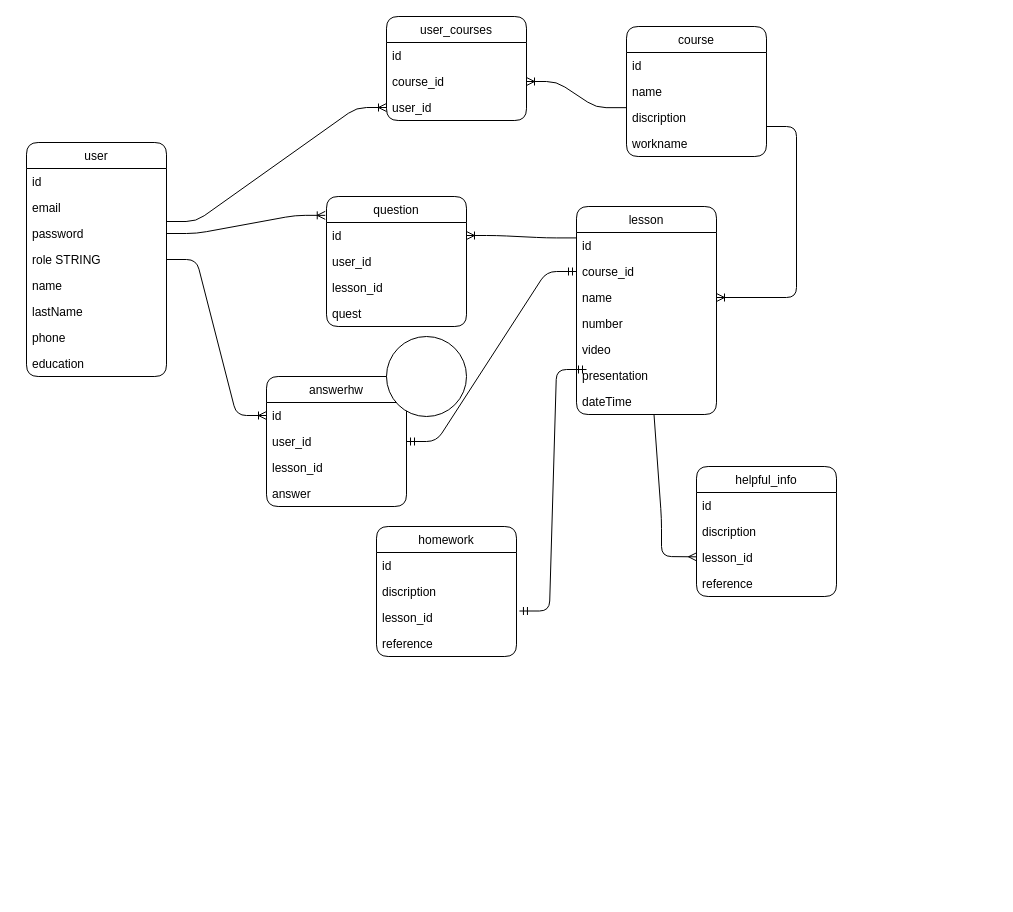
blumkvist1/NewSoftTwo keeps this draw.io diagram as База данных.drawio. Above is the earlier version. Source tidied: cells renumbered, new cells numbered last; positions are measured from the earlier drawing's top-left corner, leaving out a move shared by most shapes. Both pictures are drawn from the tidied source at 100%, with x=0, y=0 at pixel (26, 16).
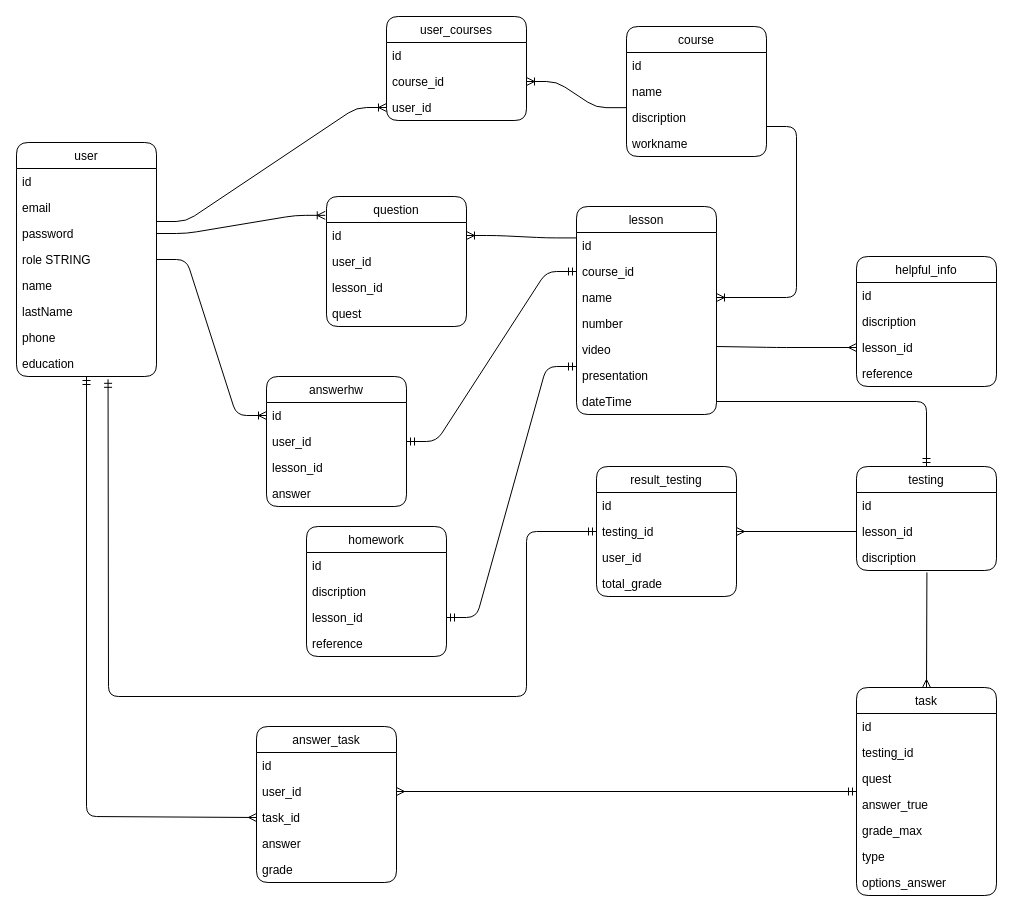
The same page after the edit.

Commit message (it also covers changes not shown here):
add new tables on model db

The change refers to these unchanged cells:
```xml
<mxCell id="14" value="education" style="text;strokeColor=none;fillColor=none;align=left;verticalAlign=top;spacingLeft=4;spacingRight=4;overflow=hidden;points=[[0,0.5],[1,0.5]];portConstraint=eastwest;rounded=1;" parent="6" vertex="1">
  <mxGeometry y="208" width="140" height="26" as="geometry" />
</mxCell>
<mxCell id="21" value="lesson" style="swimlane;fontStyle=0;horizontal=1;startSize=26;fillColor=none;rounded=1;" parent="1" vertex="1">
  <mxGeometry x="550" y="190" width="140" height="208" as="geometry" />
</mxCell>
<mxCell id="27" value="presentation" style="text;strokeColor=none;fillColor=none;align=left;verticalAlign=top;spacingLeft=4;spacingRight=4;overflow=hidden;points=[[0,0.5],[1,0.5]];portConstraint=eastwest;rounded=1;" parent="21" vertex="1">
  <mxGeometry y="156" width="140" height="26" as="geometry" />
</mxCell>
<mxCell id="28" value="dateTime" style="text;strokeColor=none;fillColor=none;align=left;verticalAlign=top;spacingLeft=4;spacingRight=4;overflow=hidden;points=[[0,0.5],[1,0.5]];portConstraint=eastwest;rounded=1;" parent="21" vertex="1">
  <mxGeometry y="182" width="140" height="26" as="geometry" />
</mxCell>
<mxCell id="49" value="lesson_id" style="text;strokeColor=none;fillColor=none;align=left;verticalAlign=top;spacingLeft=4;spacingRight=4;overflow=hidden;points=[[0,0.5],[1,0.5]];portConstraint=eastwest;rounded=1;" parent="46" vertex="1">
  <mxGeometry y="78" width="140" height="26" as="geometry" />
</mxCell>
<mxCell id="54" value="lesson_id" style="text;strokeColor=none;fillColor=none;align=left;verticalAlign=top;spacingLeft=4;spacingRight=4;overflow=hidden;points=[[0,0.5],[1,0.5]];portConstraint=eastwest;rounded=1;" parent="51" vertex="1">
  <mxGeometry y="78" width="140" height="26" as="geometry" />
</mxCell>
```

The edit, as a diff of the source:
```diff
@@
+    <mxCell id="58" style="edgeStyle=none;html=1;entryX=0;entryY=0.5;entryDx=0;entryDy=0;endArrow=ERmany;endFill=0;startArrow=ERmandOne;startFill=0;" parent="1" edge="1" source="6" target="77">
+      <mxGeometry relative="1" as="geometry">
+        <Array as="points">
+          <mxPoint x="60" y="800" />
+        </Array>
+      </mxGeometry>
+    </mxCell>
+    <mxCell id="59" style="edgeStyle=none;html=1;endArrow=ERmandOne;endFill=0;exitX=0.654;exitY=1.108;exitDx=0;exitDy=0;exitPerimeter=0;entryX=0;entryY=0.5;entryDx=0;entryDy=0;startArrow=ERmandOne;startFill=0;" parent="1" edge="1" source="14" target="82">
+      <mxGeometry relative="1" as="geometry">
+        <Array as="points">
+          <mxPoint x="82" y="680" />
+          <mxPoint x="500" y="680" />
+          <mxPoint x="500" y="515" />
+        </Array>
+      </mxGeometry>
+    </mxCell>
     <mxCell id="6" value="user" style="swimlane;fontStyle=0;horizontal=1;startSize=26;fillColor=none;rounded=1;" parent="1" vertex="1">
-      <mxGeometry y="126" width="140" height="234" as="geometry" />
+      <mxGeometry x="-10" y="126" width="140" height="234" as="geometry" />
     </mxCell>
@@
-    <mxCell id="20" style="edgeStyle=none;html=1;endArrow=ERmany;endFill=0;rounded=1;" parent="1" edge="1" source="21" target="49">
+    <mxCell id="20" style="edgeStyle=none;html=1;endArrow=ERmany;endFill=0;rounded=1;" parent="1" edge="1" target="49">
       <mxGeometry relative="1" as="geometry">
+        <mxPoint x="690" y="330" as="sourcePoint" />
         <Array as="points">
-          <mxPoint x="635" y="502" />
-          <mxPoint x="635" y="540" />
+          <mxPoint x="750" y="331" />
         </Array>
       </mxGeometry>
     </mxCell>
+    <mxCell id="60" style="edgeStyle=none;html=1;entryX=0.5;entryY=0;entryDx=0;entryDy=0;endArrow=ERmandOne;endFill=0;exitX=1;exitY=0.5;exitDx=0;exitDy=0;" parent="1" edge="1" source="28" target="57">
+      <mxGeometry relative="1" as="geometry">
+        <Array as="points">
+          <mxPoint x="900" y="385" />
+        </Array>
+      </mxGeometry>
+    </mxCell>
@@
     <mxCell id="46" value="helpful_info" style="swimlane;fontStyle=0;horizontal=1;startSize=26;fillColor=none;rounded=1;" parent="1" vertex="1">
-      <mxGeometry x="670" y="450" width="140" height="130" as="geometry" />
+      <mxGeometry x="830" y="240" width="140" height="130" as="geometry" />
     </mxCell>
@@
     <mxCell id="51" value="homework" style="swimlane;fontStyle=0;horizontal=1;startSize=26;fillColor=none;rounded=1;" parent="1" vertex="1">
-      <mxGeometry x="350" y="510" width="140" height="130" as="geometry" />
+      <mxGeometry x="280" y="510" width="140" height="130" as="geometry" />
     </mxCell>
@@
-    <mxCell id="56" style="edgeStyle=entityRelationEdgeStyle;fontSize=12;html=1;endArrow=ERmandOne;startArrow=ERmandOne;rounded=1;strokeColor=default;entryX=0;entryY=0.5;entryDx=0;entryDy=0;exitX=1.021;exitY=0.25;exitDx=0;exitDy=0;exitPerimeter=0;" parent="1" edge="1" source="54">
-      <mxGeometry relative="1" as="geometry">
-        <mxPoint x="560" y="353" as="targetPoint" />
-      </mxGeometry>
+    <mxCell id="56" style="edgeStyle=entityRelationEdgeStyle;fontSize=12;html=1;endArrow=ERmandOne;startArrow=ERmandOne;rounded=1;strokeColor=default;entryX=0;entryY=0.154;entryDx=0;entryDy=0;entryPerimeter=0;exitX=1;exitY=0.5;exitDx=0;exitDy=0;" parent="1" edge="1" source="54" target="27">
+      <mxGeometry relative="1" as="geometry" />
     </mxCell>
+    <mxCell id="61" style="edgeStyle=none;html=1;entryX=0.5;entryY=0;entryDx=0;entryDy=0;endArrow=ERmany;endFill=0;startArrow=none;exitX=0.503;exitY=1.074;exitDx=0;exitDy=0;exitPerimeter=0;" parent="1" edge="1" source="64" target="66">
+      <mxGeometry relative="1" as="geometry" />
+    </mxCell>
-    <mxCell id="57" style="ellipse;whiteSpace=wrap;html=1;" parent="1" vertex="1">
-      <mxGeometry x="360" y="320" width="80" height="80" as="geometry" />
+    <mxCell id="57" value="testing" style="swimlane;fontStyle=0;horizontal=1;startSize=26;fillColor=none;rounded=1;" parent="1" vertex="1">
+      <mxGeometry x="830" y="450" width="140" height="104" as="geometry" />
     </mxCell>
+    <mxCell id="62" value="id" style="text;strokeColor=none;fillColor=none;align=left;verticalAlign=top;spacingLeft=4;spacingRight=4;overflow=hidden;rounded=1;" parent="57" vertex="1">
+      <mxGeometry y="26" width="140" height="26" as="geometry" />
+    </mxCell>
+    <mxCell id="63" value="lesson_id" style="text;strokeColor=none;fillColor=none;align=left;verticalAlign=top;spacingLeft=4;spacingRight=4;overflow=hidden;points=[[0,0.5],[1,0.5]];portConstraint=eastwest;rounded=1;" parent="57" vertex="1">
+      <mxGeometry y="52" width="140" height="26" as="geometry" />
+    </mxCell>
+    <mxCell id="64" value="discription" style="text;strokeColor=none;fillColor=none;align=left;verticalAlign=top;spacingLeft=4;spacingRight=4;overflow=hidden;points=[[0,0.5],[1,0.5]];portConstraint=eastwest;rounded=1;" parent="57" vertex="1">
+      <mxGeometry y="78" width="140" height="26" as="geometry" />
+    </mxCell>
+    <mxCell id="65" style="edgeStyle=none;html=1;entryX=1;entryY=0.5;entryDx=0;entryDy=0;endArrow=ERmany;endFill=0;startArrow=ERmandOne;startFill=0;" parent="1" edge="1" source="66" target="76">
+      <mxGeometry relative="1" as="geometry" />
+    </mxCell>
+    <mxCell id="66" value="task" style="swimlane;fontStyle=0;horizontal=1;startSize=26;fillColor=none;rounded=1;" parent="1" vertex="1">
+      <mxGeometry x="830" y="671" width="140" height="208" as="geometry" />
+    </mxCell>
+    <mxCell id="67" value="id" style="text;strokeColor=none;fillColor=none;align=left;verticalAlign=top;spacingLeft=4;spacingRight=4;overflow=hidden;rounded=1;" parent="66" vertex="1">
+      <mxGeometry y="26" width="140" height="26" as="geometry" />
+    </mxCell>
+    <mxCell id="68" value="testing_id" style="text;strokeColor=none;fillColor=none;align=left;verticalAlign=top;spacingLeft=4;spacingRight=4;overflow=hidden;rounded=1;" parent="66" vertex="1">
+      <mxGeometry y="52" width="140" height="26" as="geometry" />
+    </mxCell>
+    <mxCell id="69" value="quest" style="text;strokeColor=none;fillColor=none;align=left;verticalAlign=top;spacingLeft=4;spacingRight=4;overflow=hidden;rounded=1;" parent="66" vertex="1">
+      <mxGeometry y="78" width="140" height="26" as="geometry" />
+    </mxCell>
+    <mxCell id="70" value="answer_true" style="text;strokeColor=none;fillColor=none;align=left;verticalAlign=top;spacingLeft=4;spacingRight=4;overflow=hidden;rounded=1;" parent="66" vertex="1">
+      <mxGeometry y="104" width="140" height="26" as="geometry" />
+    </mxCell>
+    <mxCell id="71" value="grade_max" style="text;strokeColor=none;fillColor=none;align=left;verticalAlign=top;spacingLeft=4;spacingRight=4;overflow=hidden;rounded=1;" parent="66" vertex="1">
+      <mxGeometry y="130" width="140" height="26" as="geometry" />
+    </mxCell>
+    <mxCell id="72" value="type" style="text;strokeColor=none;fillColor=none;align=left;verticalAlign=top;spacingLeft=4;spacingRight=4;overflow=hidden;rounded=1;" parent="66" vertex="1">
+      <mxGeometry y="156" width="140" height="26" as="geometry" />
+    </mxCell>
+    <mxCell id="73" value="options_answer" style="text;strokeColor=none;fillColor=none;align=left;verticalAlign=top;spacingLeft=4;spacingRight=4;overflow=hidden;rounded=1;" parent="66" vertex="1">
+      <mxGeometry y="182" width="140" height="26" as="geometry" />
+    </mxCell>
+    <mxCell id="74" value="answer_task" style="swimlane;fontStyle=0;horizontal=1;startSize=26;fillColor=none;rounded=1;" parent="1" vertex="1">
+      <mxGeometry x="230" y="710" width="140" height="156" as="geometry" />
+    </mxCell>
+    <mxCell id="75" value="id" style="text;strokeColor=none;fillColor=none;align=left;verticalAlign=top;spacingLeft=4;spacingRight=4;overflow=hidden;rounded=1;" parent="74" vertex="1">
+      <mxGeometry y="26" width="140" height="26" as="geometry" />
+    </mxCell>
+    <mxCell id="76" value="user_id" style="text;strokeColor=none;fillColor=none;align=left;verticalAlign=top;spacingLeft=4;spacingRight=4;overflow=hidden;points=[[0,0.5],[1,0.5]];portConstraint=eastwest;rounded=1;" parent="74" vertex="1">
+      <mxGeometry y="52" width="140" height="26" as="geometry" />
+    </mxCell>
+    <mxCell id="77" value="task_id" style="text;strokeColor=none;fillColor=none;align=left;verticalAlign=top;spacingLeft=4;spacingRight=4;overflow=hidden;points=[[0,0.5],[1,0.5]];portConstraint=eastwest;rounded=1;" parent="74" vertex="1">
+      <mxGeometry y="78" width="140" height="26" as="geometry" />
+    </mxCell>
+    <mxCell id="78" value="answer" style="text;strokeColor=none;fillColor=none;align=left;verticalAlign=top;spacingLeft=4;spacingRight=4;overflow=hidden;rounded=1;" parent="74" vertex="1">
+      <mxGeometry y="104" width="140" height="26" as="geometry" />
+    </mxCell>
+    <mxCell id="79" value="grade" style="text;strokeColor=none;fillColor=none;align=left;verticalAlign=top;spacingLeft=4;spacingRight=4;overflow=hidden;rounded=1;" parent="74" vertex="1">
+      <mxGeometry y="130" width="140" height="26" as="geometry" />
+    </mxCell>
+    <mxCell id="80" value="result_testing" style="swimlane;fontStyle=0;horizontal=1;startSize=26;fillColor=none;rounded=1;" parent="1" vertex="1">
+      <mxGeometry x="570" y="450" width="140" height="130" as="geometry" />
+    </mxCell>
+    <mxCell id="81" value="id" style="text;strokeColor=none;fillColor=none;align=left;verticalAlign=top;spacingLeft=4;spacingRight=4;overflow=hidden;rounded=1;" parent="80" vertex="1">
+      <mxGeometry y="26" width="140" height="26" as="geometry" />
+    </mxCell>
+    <mxCell id="82" value="testing_id" style="text;strokeColor=none;fillColor=none;align=left;verticalAlign=top;spacingLeft=4;spacingRight=4;overflow=hidden;points=[[0,0.5],[1,0.5]];portConstraint=eastwest;rounded=1;" parent="80" vertex="1">
+      <mxGeometry y="52" width="140" height="26" as="geometry" />
+    </mxCell>
+    <mxCell id="83" value="user_id" style="text;strokeColor=none;fillColor=none;align=left;verticalAlign=top;spacingLeft=4;spacingRight=4;overflow=hidden;rounded=1;" parent="80" vertex="1">
+      <mxGeometry y="78" width="140" height="26" as="geometry" />
+    </mxCell>
+    <mxCell id="84" value="total_grade" style="text;strokeColor=none;fillColor=none;align=left;verticalAlign=top;spacingLeft=4;spacingRight=4;overflow=hidden;rounded=1;" parent="80" vertex="1">
+      <mxGeometry y="104" width="140" height="26" as="geometry" />
+    </mxCell>
+    <mxCell id="85" style="edgeStyle=none;html=1;entryX=1;entryY=0.5;entryDx=0;entryDy=0;endArrow=ERmany;endFill=0;exitX=0;exitY=0.5;exitDx=0;exitDy=0;" parent="1" edge="1" source="63" target="80">
+      <mxGeometry relative="1" as="geometry" />
+    </mxCell>
```
